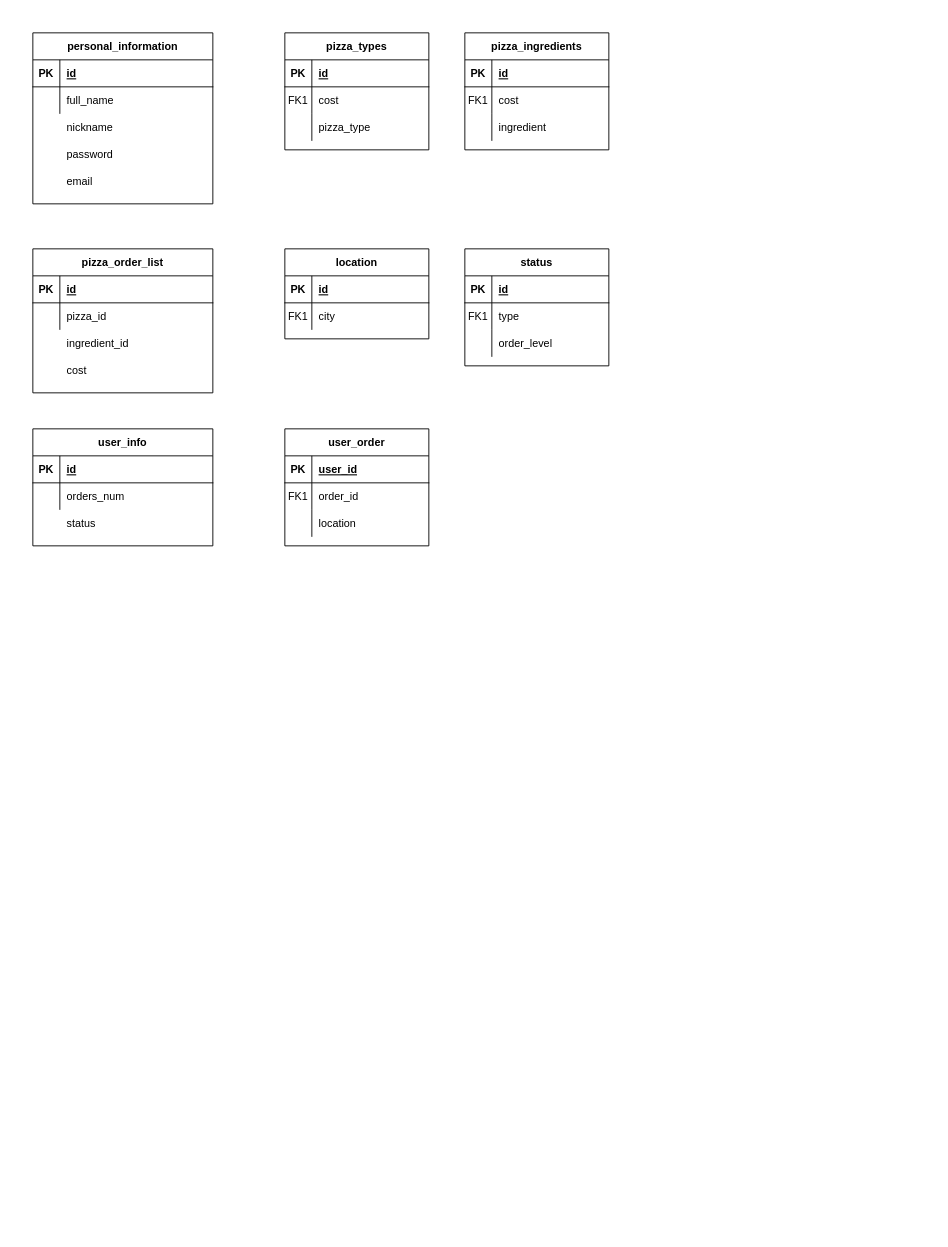
The draw.io diagram Untitled Diagram.drawio in RZhaniya/midterm_project, before the edit. Source tidied: cells renumbered, new cells numbered last; positions are measured from the earlier drawing's top-left corner, leaving out a move shared by most shapes. Both pictures are drawn from the tidied source at 90%, with x=0, y=0 at pixel (32, 32).
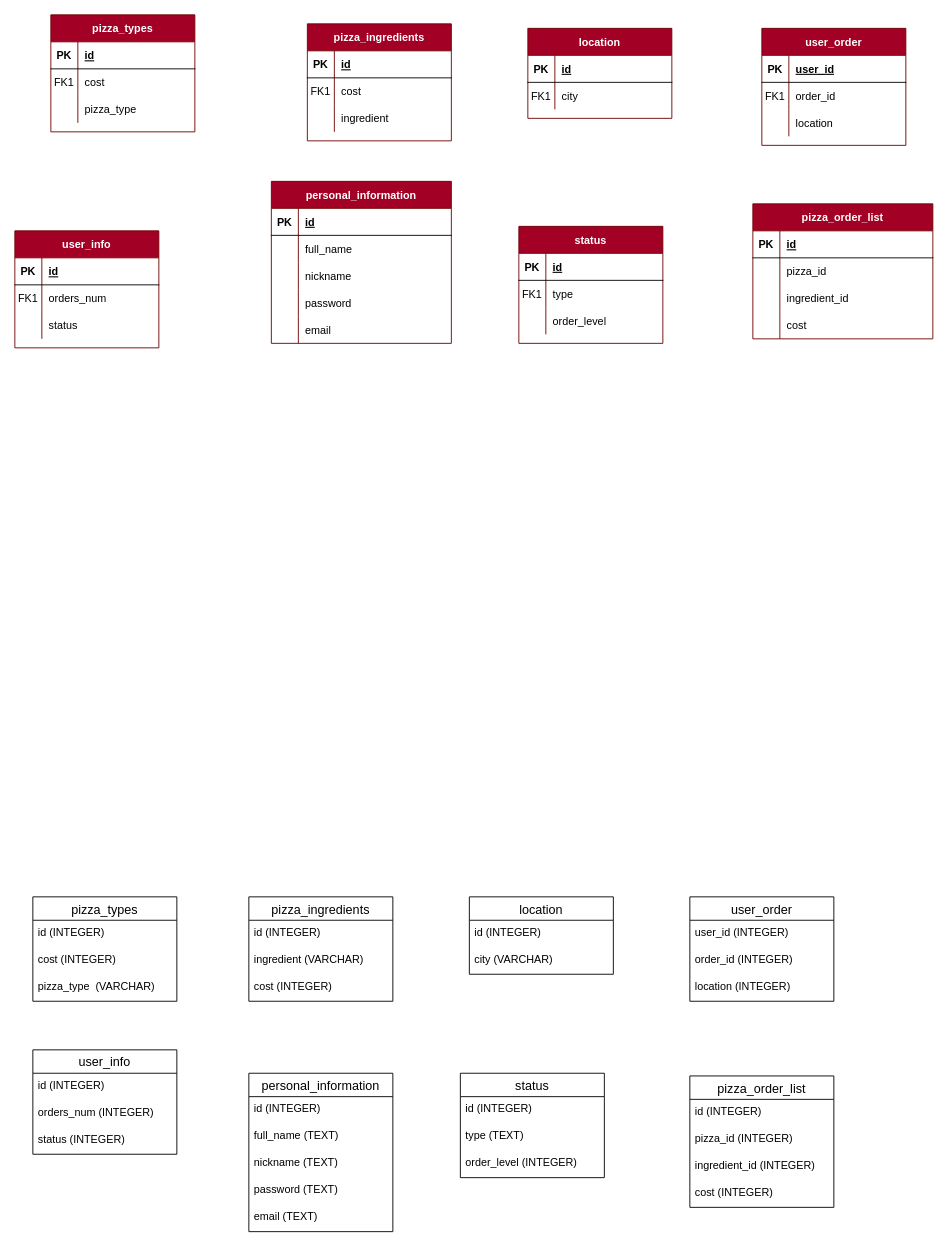
After the change.

The edit, as a diff of the source:
```diff
@@
-    <mxCell id="2" value="pizza_types" style="shape=table;startSize=30;childLayout=tableLayout;rowLines=0;fontStyle=1;align=center;" parent="1" vertex="1">
-      <mxGeometry x="280" width="160" height="130" as="geometry" />
+    <mxCell id="2" value="pizza_types" style="shape=table;startSize=30;childLayout=tableLayout;rowLines=0;fontStyle=1;align=center;fillColor=#a20025;strokeColor=#6F0000;fontColor=#ffffff;" parent="1" vertex="1">
+      <mxGeometry x="20" y="-20" width="160" height="130" as="geometry" />
     </mxCell>
@@
-    <mxCell id="12" value="pizza_ingredients" style="shape=table;startSize=30;childLayout=tableLayout;rowLines=0;fontStyle=1;align=center;" parent="1" vertex="1">
-      <mxGeometry x="480" width="160" height="130" as="geometry" />
+    <mxCell id="12" value="pizza_ingredients" style="shape=table;startSize=30;childLayout=tableLayout;rowLines=0;fontStyle=1;align=center;fillColor=#a20025;fontColor=#ffffff;strokeColor=#6F0000;" parent="1" vertex="1">
+      <mxGeometry x="305" y="-10" width="160" height="130" as="geometry" />
     </mxCell>
@@
-    <mxCell id="22" value="personal_information" style="shape=table;startSize=30;childLayout=tableLayout;rowLines=0;fontStyle=1;align=center;" parent="1" vertex="1">
-      <mxGeometry width="200" height="190" as="geometry" />
+    <mxCell id="22" value="personal_information" style="shape=table;startSize=30;childLayout=tableLayout;rowLines=0;fontStyle=1;align=center;fillColor=#a20025;fontColor=#ffffff;strokeColor=#6F0000;" parent="1" vertex="1">
+      <mxGeometry x="265" y="165" width="200" height="180" as="geometry" />
     </mxCell>
@@
+    <mxCell id="76" style="shape=partialRectangle;fillColor=none;top=0;left=0;right=0;bottom=0;" parent="22" vertex="1">
+      <mxGeometry y="90" width="200" height="30" as="geometry" />
+    </mxCell>
+    <mxCell id="77" style="shape=partialRectangle;overflow=hidden;fillColor=none;top=0;left=0;bottom=0;right=0;" parent="76" vertex="1">
+      <mxGeometry width="30" height="30" as="geometry" />
+    </mxCell>
-    <mxCell id="29" value="nickname" style="shape=partialRectangle;overflow=hidden;fillColor=none;top=0;left=0;bottom=0;right=0;align=left;spacingLeft=6;" parent="1" vertex="1">
-      <mxGeometry x="30" y="90" width="220" height="30" as="geometry" />
+    <mxCell id="29" value="nickname" style="shape=partialRectangle;overflow=hidden;fillColor=none;top=0;left=0;bottom=0;right=0;align=left;spacingLeft=6;" parent="76" vertex="1">
+      <mxGeometry x="30" width="170" height="30" as="geometry" />
     </mxCell>
+    <mxCell id="78" style="shape=partialRectangle;fillColor=none;top=0;left=0;right=0;bottom=0;" parent="22" vertex="1">
+      <mxGeometry y="120" width="200" height="30" as="geometry" />
+    </mxCell>
+    <mxCell id="79" style="shape=partialRectangle;overflow=hidden;fillColor=none;top=0;left=0;bottom=0;right=0;" parent="78" vertex="1">
+      <mxGeometry width="30" height="30" as="geometry" />
+    </mxCell>
-    <mxCell id="30" value="password" style="shape=partialRectangle;overflow=hidden;fillColor=none;top=0;left=0;bottom=0;right=0;align=left;spacingLeft=6;" parent="1" vertex="1">
-      <mxGeometry x="30" y="120" width="220" height="30" as="geometry" />
+    <mxCell id="30" value="password" style="shape=partialRectangle;overflow=hidden;fillColor=none;top=0;left=0;bottom=0;right=0;align=left;spacingLeft=6;" parent="78" vertex="1">
+      <mxGeometry x="30" width="170" height="30" as="geometry" />
     </mxCell>
+    <mxCell id="80" style="shape=partialRectangle;fillColor=none;top=0;left=0;right=0;bottom=0;" parent="22" vertex="1">
+      <mxGeometry y="150" width="200" height="30" as="geometry" />
+    </mxCell>
+    <mxCell id="81" style="shape=partialRectangle;overflow=hidden;fillColor=none;top=0;left=0;bottom=0;right=0;" parent="80" vertex="1">
+      <mxGeometry width="30" height="30" as="geometry" />
+    </mxCell>
-    <mxCell id="31" value="email" style="shape=partialRectangle;overflow=hidden;fillColor=none;top=0;left=0;bottom=0;right=0;align=left;spacingLeft=6;" parent="1" vertex="1">
-      <mxGeometry x="30" y="150" width="220" height="30" as="geometry" />
+    <mxCell id="31" value="email" style="shape=partialRectangle;overflow=hidden;fillColor=none;top=0;left=0;bottom=0;right=0;align=left;spacingLeft=6;" parent="80" vertex="1">
+      <mxGeometry x="30" width="170" height="30" as="geometry" />
     </mxCell>
-    <mxCell id="32" value="pizza_order_list" style="shape=table;startSize=30;childLayout=tableLayout;rowLines=0;fontStyle=1;align=center;" parent="1" vertex="1">
-      <mxGeometry y="240" width="200" height="160" as="geometry" />
+    <mxCell id="32" value="pizza_order_list" style="shape=table;startSize=30;childLayout=tableLayout;rowLines=0;fontStyle=1;align=center;fillColor=#a20025;fontColor=#ffffff;strokeColor=#6F0000;" parent="1" vertex="1">
+      <mxGeometry x="800" y="190" width="200" height="150" as="geometry" />
     </mxCell>
@@
+    <mxCell id="82" style="shape=partialRectangle;fillColor=none;top=0;left=0;right=0;bottom=0;" parent="32" vertex="1">
+      <mxGeometry y="90" width="200" height="30" as="geometry" />
+    </mxCell>
+    <mxCell id="83" style="shape=partialRectangle;overflow=hidden;fillColor=none;top=0;left=0;bottom=0;right=0;" parent="82" vertex="1">
+      <mxGeometry width="30" height="30" as="geometry" />
+    </mxCell>
-    <mxCell id="39" value="ingredient_id" style="shape=partialRectangle;overflow=hidden;fillColor=none;top=0;left=0;bottom=0;right=0;align=left;spacingLeft=6;" parent="1" vertex="1">
-      <mxGeometry x="30" y="330" width="170" height="30" as="geometry" />
+    <mxCell id="39" value="ingredient_id" style="shape=partialRectangle;overflow=hidden;fillColor=none;top=0;left=0;bottom=0;right=0;align=left;spacingLeft=6;" parent="82" vertex="1">
+      <mxGeometry x="30" width="170" height="30" as="geometry" />
     </mxCell>
+    <mxCell id="84" style="shape=partialRectangle;fillColor=none;top=0;left=0;right=0;bottom=0;" parent="32" vertex="1">
+      <mxGeometry y="120" width="200" height="30" as="geometry" />
+    </mxCell>
+    <mxCell id="85" style="shape=partialRectangle;overflow=hidden;fillColor=none;top=0;left=0;bottom=0;right=0;" parent="84" vertex="1">
+      <mxGeometry width="30" height="30" as="geometry" />
+    </mxCell>
-    <mxCell id="40" value="cost" style="shape=partialRectangle;overflow=hidden;fillColor=none;top=0;left=0;bottom=0;right=0;align=left;spacingLeft=6;" parent="1" vertex="1">
-      <mxGeometry x="30" y="360" width="170" height="30" as="geometry" />
+    <mxCell id="40" value="cost" style="shape=partialRectangle;overflow=hidden;fillColor=none;top=0;left=0;bottom=0;right=0;align=left;spacingLeft=6;" parent="84" vertex="1">
+      <mxGeometry x="30" width="170" height="30" as="geometry" />
     </mxCell>
-    <mxCell id="41" value="location" style="shape=table;startSize=30;childLayout=tableLayout;rowLines=0;fontStyle=1;align=center;" parent="1" vertex="1">
-      <mxGeometry x="280" y="240" width="160" height="100" as="geometry" />
+    <mxCell id="41" value="location" style="shape=table;startSize=30;childLayout=tableLayout;rowLines=0;fontStyle=1;align=center;fillColor=#a20025;fontColor=#ffffff;strokeColor=#6F0000;" parent="1" vertex="1">
+      <mxGeometry x="550" y="-5" width="160" height="100" as="geometry" />
     </mxCell>
@@
-    <mxCell id="48" value="status" style="shape=table;startSize=30;childLayout=tableLayout;rowLines=0;fontStyle=1;align=center;" parent="1" vertex="1">
-      <mxGeometry x="480" y="240" width="160" height="130" as="geometry" />
+    <mxCell id="48" value="status" style="shape=table;startSize=30;childLayout=tableLayout;rowLines=0;fontStyle=1;align=center;fillColor=#a20025;fontColor=#ffffff;strokeColor=#6F0000;" parent="1" vertex="1">
+      <mxGeometry x="540" y="215" width="160" height="130" as="geometry" />
     </mxCell>
@@
-    <mxCell id="58" value="user_info" style="shape=table;startSize=30;childLayout=tableLayout;rowLines=0;fontStyle=1;align=center;" parent="1" vertex="1">
-      <mxGeometry y="440" width="200" height="130" as="geometry" />
-    </mxCell>
-    <mxCell id="59" style="shape=partialRectangle;fillColor=none;top=0;left=0;right=0;bottom=1;" parent="58" vertex="1">
-      <mxGeometry y="30" width="200" height="30" as="geometry" />
-    </mxCell>
-    <mxCell id="60" value="PK" style="shape=partialRectangle;overflow=hidden;fillColor=none;top=0;left=0;bottom=0;right=0;fontStyle=1;" parent="59" vertex="1">
-      <mxGeometry width="30" height="30" as="geometry" />
-    </mxCell>
-    <mxCell id="61" value="id" style="shape=partialRectangle;overflow=hidden;fillColor=none;top=0;left=0;bottom=0;right=0;align=left;spacingLeft=6;fontStyle=5;" parent="59" vertex="1">
-      <mxGeometry x="30" width="170" height="30" as="geometry" />
-    </mxCell>
-    <mxCell id="62" style="shape=partialRectangle;fillColor=none;top=0;left=0;right=0;bottom=0;" parent="58" vertex="1">
-      <mxGeometry y="60" width="200" height="30" as="geometry" />
-    </mxCell>
-    <mxCell id="63" style="shape=partialRectangle;overflow=hidden;fillColor=none;top=0;left=0;bottom=0;right=0;" parent="62" vertex="1">
-      <mxGeometry width="30" height="30" as="geometry" />
-    </mxCell>
-    <mxCell id="64" value="orders_num" style="shape=partialRectangle;overflow=hidden;fillColor=none;top=0;left=0;bottom=0;right=0;align=left;spacingLeft=6;" parent="62" vertex="1">
-      <mxGeometry x="30" width="170" height="30" as="geometry" />
-    </mxCell>
-    <mxCell id="65" value="status" style="shape=partialRectangle;overflow=hidden;fillColor=none;top=0;left=0;bottom=0;right=0;align=left;spacingLeft=6;" parent="1" vertex="1">
-      <mxGeometry x="30" y="530" width="170" height="30" as="geometry" />
-    </mxCell>
-    <mxCell id="66" value="user_order" style="shape=table;startSize=30;childLayout=tableLayout;rowLines=0;fontStyle=1;align=center;" parent="1" vertex="1">
-      <mxGeometry x="280" y="440" width="160" height="130" as="geometry" />
+    <mxCell id="66" value="user_order" style="shape=table;startSize=30;childLayout=tableLayout;rowLines=0;fontStyle=1;align=center;fillColor=#a20025;fontColor=#ffffff;strokeColor=#6F0000;" parent="1" vertex="1">
+      <mxGeometry x="810" y="-5" width="160" height="130" as="geometry" />
     </mxCell>
@@
+    <mxCell id="86" value="user_info" style="shape=table;startSize=30;childLayout=tableLayout;rowLines=0;fontStyle=1;align=center;fillColor=#a20025;fontColor=#ffffff;strokeColor=#6F0000;" parent="1" vertex="1">
+      <mxGeometry x="-20" y="220" width="160" height="130" as="geometry" />
+    </mxCell>
+    <mxCell id="87" style="shape=partialRectangle;fillColor=none;top=0;left=0;right=0;bottom=1;" parent="86" vertex="1">
+      <mxGeometry y="30" width="160" height="30" as="geometry" />
+    </mxCell>
+    <mxCell id="60" value="PK" style="shape=partialRectangle;overflow=hidden;fillColor=none;top=0;left=0;bottom=0;right=0;fontStyle=1;" parent="87" vertex="1">
+      <mxGeometry width="30" height="30" as="geometry" />
+    </mxCell>
+    <mxCell id="61" value="id " style="shape=partialRectangle;overflow=hidden;fillColor=none;top=0;left=0;bottom=0;right=0;align=left;spacingLeft=6;fontStyle=5;" parent="87" vertex="1">
+      <mxGeometry x="30" width="130" height="30" as="geometry" />
+    </mxCell>
+    <mxCell id="88" style="shape=partialRectangle;fillColor=none;top=0;left=0;right=0;bottom=0;" parent="86" vertex="1">
+      <mxGeometry y="60" width="160" height="30" as="geometry" />
+    </mxCell>
+    <mxCell id="89" value="FK1" style="shape=partialRectangle;overflow=hidden;fillColor=none;top=0;left=0;bottom=0;right=0;" parent="88" vertex="1">
+      <mxGeometry width="30" height="30" as="geometry" />
+    </mxCell>
+    <mxCell id="64" value="orders_num" style="shape=partialRectangle;overflow=hidden;fillColor=none;top=0;left=0;bottom=0;right=0;align=left;spacingLeft=6;" parent="88" vertex="1">
+      <mxGeometry x="30" width="130" height="30" as="geometry" />
+    </mxCell>
+    <mxCell id="90" style="shape=partialRectangle;fillColor=none;top=0;left=0;right=0;bottom=0;" parent="86" vertex="1">
+      <mxGeometry y="90" width="160" height="30" as="geometry" />
+    </mxCell>
+    <mxCell id="91" style="shape=partialRectangle;overflow=hidden;fillColor=none;top=0;left=0;bottom=0;right=0;" parent="90" vertex="1">
+      <mxGeometry width="30" height="30" as="geometry" />
+    </mxCell>
+    <mxCell id="65" value="status" style="shape=partialRectangle;overflow=hidden;fillColor=none;top=0;left=0;bottom=0;right=0;align=left;spacingLeft=6;" parent="90" vertex="1">
+      <mxGeometry x="30" width="130" height="30" as="geometry" />
+    </mxCell>
+    <mxCell id="92" value="pizza_types" style="swimlane;fontStyle=0;horizontal=1;startSize=26;align=center;fontSize=14;" parent="1" vertex="1">
+      <mxGeometry y="960" width="160" height="116" as="geometry" />
+    </mxCell>
+    <mxCell id="93" value="id (INTEGER)" style="text;strokeColor=none;fillColor=none;spacingLeft=4;spacingRight=4;overflow=hidden;fontSize=12;" parent="92" vertex="1">
+      <mxGeometry y="26" width="160" height="30" as="geometry" />
+    </mxCell>
+    <mxCell id="94" value="cost (INTEGER)" style="text;strokeColor=none;fillColor=none;spacingLeft=4;spacingRight=4;overflow=hidden;fontSize=12;" parent="92" vertex="1">
+      <mxGeometry y="56" width="160" height="30" as="geometry" />
+    </mxCell>
+    <mxCell id="95" value="pizza_type  (VARCHAR)" style="text;strokeColor=none;fillColor=none;spacingLeft=4;spacingRight=4;overflow=hidden;fontSize=12;" parent="92" vertex="1">
+      <mxGeometry y="86" width="160" height="30" as="geometry" />
+    </mxCell>
+    <mxCell id="96" value="user_info" style="swimlane;fontStyle=0;horizontal=1;startSize=26;align=center;fontSize=14;" parent="1" vertex="1">
+      <mxGeometry y="1130" width="160" height="116" as="geometry" />
+    </mxCell>
+    <mxCell id="97" value="id (INTEGER)" style="text;strokeColor=none;fillColor=none;spacingLeft=4;spacingRight=4;overflow=hidden;fontSize=12;" parent="96" vertex="1">
+      <mxGeometry y="26" width="160" height="30" as="geometry" />
+    </mxCell>
+    <mxCell id="98" value="orders_num (INTEGER)" style="text;strokeColor=none;fillColor=none;spacingLeft=4;spacingRight=4;overflow=hidden;fontSize=12;" parent="96" vertex="1">
+      <mxGeometry y="56" width="160" height="30" as="geometry" />
+    </mxCell>
+    <mxCell id="99" value="status (INTEGER)" style="text;strokeColor=none;fillColor=none;spacingLeft=4;spacingRight=4;overflow=hidden;fontSize=12;" parent="96" vertex="1">
+      <mxGeometry y="86" width="160" height="30" as="geometry" />
+    </mxCell>
+    <mxCell id="100" value="pizza_ingredients" style="swimlane;fontStyle=0;horizontal=1;startSize=26;align=center;fontSize=14;" parent="1" vertex="1">
+      <mxGeometry x="240" y="960" width="160" height="116" as="geometry" />
+    </mxCell>
+    <mxCell id="101" value="id (INTEGER)" style="text;strokeColor=none;fillColor=none;spacingLeft=4;spacingRight=4;overflow=hidden;fontSize=12;" parent="100" vertex="1">
+      <mxGeometry y="26" width="160" height="30" as="geometry" />
+    </mxCell>
+    <mxCell id="102" value="ingredient (VARCHAR)" style="text;strokeColor=none;fillColor=none;spacingLeft=4;spacingRight=4;overflow=hidden;fontSize=12;" parent="100" vertex="1">
+      <mxGeometry y="56" width="160" height="30" as="geometry" />
+    </mxCell>
+    <mxCell id="103" value="cost (INTEGER)" style="text;strokeColor=none;fillColor=none;spacingLeft=4;spacingRight=4;overflow=hidden;fontSize=12;" parent="100" vertex="1">
+      <mxGeometry y="86" width="160" height="30" as="geometry" />
+    </mxCell>
+    <mxCell id="104" value="personal_information" style="swimlane;fontStyle=0;horizontal=1;startSize=26;align=center;fontSize=14;" parent="1" vertex="1">
+      <mxGeometry x="240" y="1156" width="160" height="176" as="geometry" />
+    </mxCell>
+    <mxCell id="105" value="id (INTEGER)" style="text;strokeColor=none;fillColor=none;spacingLeft=4;spacingRight=4;overflow=hidden;fontSize=12;" parent="104" vertex="1">
+      <mxGeometry y="26" width="160" height="30" as="geometry" />
+    </mxCell>
+    <mxCell id="106" value="full_name (TEXT)" style="text;strokeColor=none;fillColor=none;spacingLeft=4;spacingRight=4;overflow=hidden;fontSize=12;" parent="104" vertex="1">
+      <mxGeometry y="56" width="160" height="30" as="geometry" />
+    </mxCell>
+    <mxCell id="107" value="nickname (TEXT)" style="text;strokeColor=none;fillColor=none;spacingLeft=4;spacingRight=4;overflow=hidden;fontSize=12;" parent="104" vertex="1">
+      <mxGeometry y="86" width="160" height="30" as="geometry" />
+    </mxCell>
+    <mxCell id="108" value="password (TEXT)" style="text;strokeColor=none;fillColor=none;spacingLeft=4;spacingRight=4;overflow=hidden;fontSize=12;" parent="104" vertex="1">
+      <mxGeometry y="116" width="160" height="30" as="geometry" />
+    </mxCell>
+    <mxCell id="109" value="email (TEXT)" style="text;strokeColor=none;fillColor=none;spacingLeft=4;spacingRight=4;overflow=hidden;fontSize=12;" parent="104" vertex="1">
+      <mxGeometry y="146" width="160" height="30" as="geometry" />
+    </mxCell>
+    <mxCell id="110" value="location" style="swimlane;fontStyle=0;horizontal=1;startSize=26;align=center;fontSize=14;" parent="1" vertex="1">
+      <mxGeometry x="485" y="960" width="160" height="86" as="geometry" />
+    </mxCell>
+    <mxCell id="111" value="id (INTEGER)" style="text;strokeColor=none;fillColor=none;spacingLeft=4;spacingRight=4;overflow=hidden;fontSize=12;" parent="110" vertex="1">
+      <mxGeometry y="26" width="160" height="30" as="geometry" />
+    </mxCell>
+    <mxCell id="112" value="city (VARCHAR)" style="text;strokeColor=none;fillColor=none;spacingLeft=4;spacingRight=4;overflow=hidden;fontSize=12;" parent="110" vertex="1">
+      <mxGeometry y="56" width="160" height="30" as="geometry" />
+    </mxCell>
+    <mxCell id="113" value="status" style="swimlane;fontStyle=0;horizontal=1;startSize=26;align=center;fontSize=14;" parent="1" vertex="1">
+      <mxGeometry x="475" y="1156" width="160" height="116" as="geometry" />
+    </mxCell>
+    <mxCell id="114" value="id (INTEGER)" style="text;strokeColor=none;fillColor=none;spacingLeft=4;spacingRight=4;overflow=hidden;fontSize=12;" parent="113" vertex="1">
+      <mxGeometry y="26" width="160" height="30" as="geometry" />
+    </mxCell>
+    <mxCell id="115" value="type (TEXT)" style="text;strokeColor=none;fillColor=none;spacingLeft=4;spacingRight=4;overflow=hidden;fontSize=12;" parent="113" vertex="1">
+      <mxGeometry y="56" width="160" height="30" as="geometry" />
+    </mxCell>
+    <mxCell id="116" value="order_level (INTEGER)" style="text;strokeColor=none;fillColor=none;spacingLeft=4;spacingRight=4;overflow=hidden;fontSize=12;" parent="113" vertex="1">
+      <mxGeometry y="86" width="160" height="30" as="geometry" />
+    </mxCell>
+    <mxCell id="117" value="user_order" style="swimlane;fontStyle=0;horizontal=1;startSize=26;align=center;fontSize=14;" parent="1" vertex="1">
+      <mxGeometry x="730" y="960" width="160" height="116" as="geometry" />
+    </mxCell>
+    <mxCell id="118" value="user_id (INTEGER)" style="text;strokeColor=none;fillColor=none;spacingLeft=4;spacingRight=4;overflow=hidden;fontSize=12;" parent="117" vertex="1">
+      <mxGeometry y="26" width="160" height="30" as="geometry" />
+    </mxCell>
+    <mxCell id="119" value="order_id (INTEGER)" style="text;strokeColor=none;fillColor=none;spacingLeft=4;spacingRight=4;overflow=hidden;fontSize=12;" parent="117" vertex="1">
+      <mxGeometry y="56" width="160" height="30" as="geometry" />
+    </mxCell>
+    <mxCell id="120" value="location (INTEGER)" style="text;strokeColor=none;fillColor=none;spacingLeft=4;spacingRight=4;overflow=hidden;fontSize=12;" parent="117" vertex="1">
+      <mxGeometry y="86" width="160" height="30" as="geometry" />
+    </mxCell>
+    <mxCell id="121" value="pizza_order_list" style="swimlane;fontStyle=0;horizontal=1;startSize=26;align=center;fontSize=14;" parent="1" vertex="1">
+      <mxGeometry x="730" y="1159" width="160" height="146" as="geometry" />
+    </mxCell>
+    <mxCell id="122" value="id (INTEGER)" style="text;strokeColor=none;fillColor=none;spacingLeft=4;spacingRight=4;overflow=hidden;fontSize=12;" parent="121" vertex="1">
+      <mxGeometry y="26" width="160" height="30" as="geometry" />
+    </mxCell>
+    <mxCell id="123" value="pizza_id (INTEGER)" style="text;strokeColor=none;fillColor=none;spacingLeft=4;spacingRight=4;overflow=hidden;fontSize=12;" parent="121" vertex="1">
+      <mxGeometry y="56" width="160" height="30" as="geometry" />
+    </mxCell>
+    <mxCell id="124" value="ingredient_id (INTEGER)" style="text;strokeColor=none;fillColor=none;spacingLeft=4;spacingRight=4;overflow=hidden;fontSize=12;" parent="121" vertex="1">
+      <mxGeometry y="86" width="160" height="30" as="geometry" />
+    </mxCell>
+    <mxCell id="125" value="cost (INTEGER)" style="text;strokeColor=none;fillColor=none;spacingLeft=4;spacingRight=4;overflow=hidden;fontSize=12;" parent="121" vertex="1">
+      <mxGeometry y="116" width="160" height="30" as="geometry" />
+    </mxCell>
```
